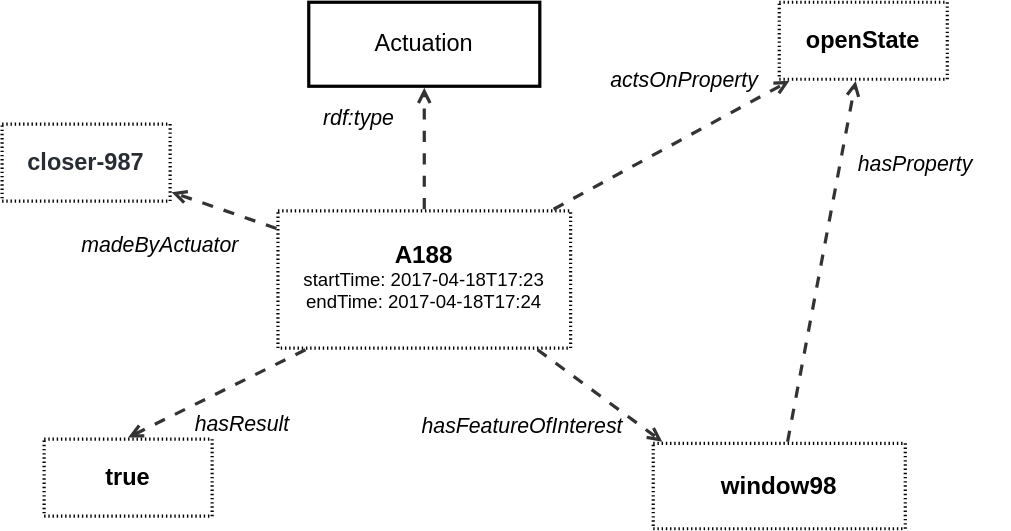
Before: ssn/images/open-window.svg, a diagram exported from draw.io (ldesousa/sdw-sosa-ssn). Source tidied: cells renumbered, new cells last; positions are measured from the earlier drawing's top-left corner, leaving out a move shared by most shapes.
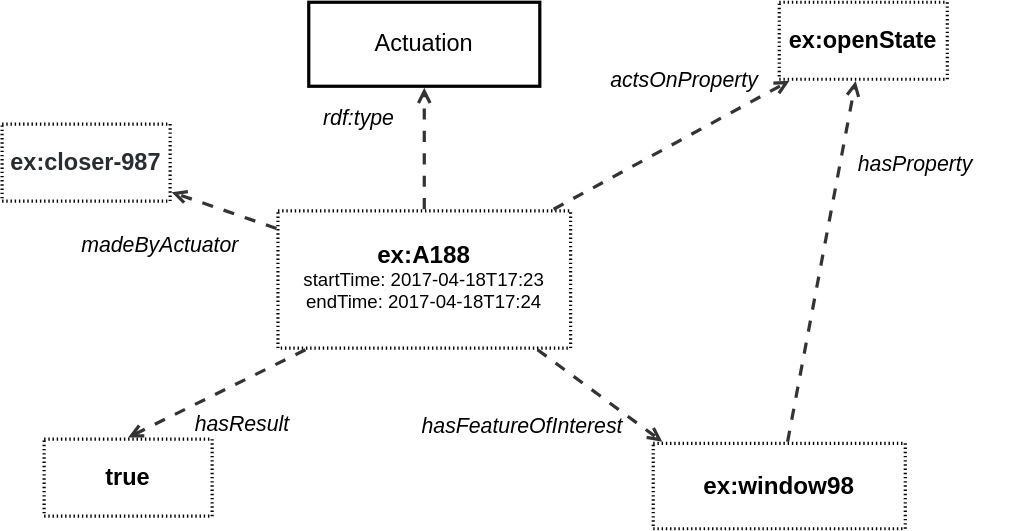
The same file after the commit.

Diff of the diagram source:
```diff
@@ -5,7 +5,7 @@
     <mxCell id="2" value="Actuation" style="html=1;overflow=block;blockSpacing=1;whiteSpace=wrap;fontSize=16.8;align=center;spacing=0;strokeOpacity=100;fillColor=none;strokeWidth=2.3;" parent="1" vertex="1">
       <mxGeometry x="219" width="165" height="60" as="geometry" />
     </mxCell>
-    <mxCell id="3" value="&lt;div style=&quot;display: flex; justify-content: center; text-align: center; align-items: baseline; font-size: 0; line-height: 1.25;margin-top: -2px;&quot;&gt;&lt;span&gt;&lt;span style=&quot;font-size:17.3px;font-weight: bold;&quot;&gt;A188&#10;&lt;/span&gt;&lt;/span&gt;&lt;/div&gt;&lt;div style=&quot;display: flex; justify-content: center; text-align: center; align-items: baseline; font-size: 0; line-height: 1.25;margin-top: -2px;&quot;&gt;&lt;span&gt;&lt;span style=&quot;font-size:13.3px;&quot;&gt;startTime: 2017-04-18T17:23&#10;endTime: 2017-04-18T17:24&lt;/span&gt;&lt;/span&gt;&lt;/div&gt;" style="align=center;whiteSpace=wrap;overflow=block;blockSpacing=1;html=1;fontSize=13;spacing=0;strokeOpacity=100;fillOpacity=100;fillColor=#ffffff;dashed=1;fixDash=1;dashPattern=1 2;strokeWidth=2.3;" parent="1" vertex="1">
+    <mxCell id="3" value="&lt;div style=&quot;display: flex; justify-content: center; text-align: center; align-items: baseline; font-size: 0; line-height: 1.25;margin-top: -2px;&quot;&gt;&lt;span&gt;&lt;span style=&quot;font-size:17.3px;font-weight: bold;&quot;&gt;ex:A188&lt;br&gt;&lt;/span&gt;&lt;/span&gt;&lt;/div&gt;&lt;div style=&quot;display: flex; justify-content: center; text-align: center; align-items: baseline; font-size: 0; line-height: 1.25;margin-top: -2px;&quot;&gt;&lt;span&gt;&lt;span style=&quot;font-size:13.3px;&quot;&gt;startTime: 2017-04-18T17:23&lt;br&gt;endTime: 2017-04-18T17:24&lt;/span&gt;&lt;/span&gt;&lt;/div&gt;" style="align=center;whiteSpace=wrap;overflow=block;blockSpacing=1;html=1;fontSize=13;spacing=0;strokeOpacity=100;fillOpacity=100;fillColor=#ffffff;dashed=1;fixDash=1;dashPattern=1 2;strokeWidth=2.3;" parent="1" vertex="1">
       <mxGeometry x="197" y="149" width="209" height="98" as="geometry" />
     </mxCell>
     <mxCell id="4" style="html=1;jettySize=18;whiteSpace=wrap;fontSize=13;strokeColor=#333333;strokeOpacity=100;dashed=1;fixDash=1;dashPattern=8 8;strokeWidth=2.3;rounded=1;arcSize=24;edgeStyle=orthogonalEdgeStyle;startArrow=none;endArrow=open;exitX=0.5;exitY=-0.012;exitPerimeter=0;entryX=0.5;entryY=1.019;entryPerimeter=0;lucidId=Z~cNARtLXu1l;" parent="1" edge="1" source="3" target="2">
@@ -14,7 +14,7 @@
     <mxCell id="5" value="rdf:type" style="html=1;overflow=block;blockSpacing=1;whiteSpace=wrap;fontSize=15.2;fontStyle=2;align=center;spacing=0;strokeColor=none;strokeOpacity=100;fillOpacity=100;fillColor=none;strokeWidth=2.3;lucidId=.~cNctn8BtbW;" parent="1" vertex="1">
       <mxGeometry x="165" y="60" width="180" height="45" as="geometry" />
     </mxCell>
-    <mxCell id="6" value="openState" style="html=1;overflow=block;blockSpacing=1;whiteSpace=wrap;fontSize=16.8;fontStyle=1;align=center;spacing=0;strokeOpacity=100;fillColor=none;dashed=1;fixDash=1;dashPattern=1 2;strokeWidth=2.3;" parent="1" vertex="1">
+    <mxCell id="6" value="ex:openState" style="html=1;overflow=block;blockSpacing=1;whiteSpace=wrap;fontSize=16.8;fontStyle=1;align=center;spacing=0;strokeOpacity=100;fillColor=none;dashed=1;fixDash=1;dashPattern=1 2;strokeWidth=2.3;" parent="1" vertex="1">
       <mxGeometry x="555" width="120" height="55" as="geometry" />
     </mxCell>
     <mxCell id="7" style="html=1;jettySize=18;whiteSpace=wrap;fontSize=13;strokeColor=#333333;strokeOpacity=100;dashed=1;fixDash=1;dashPattern=8 8;strokeWidth=2.3;rounded=0;startArrow=none;endArrow=open;exitX=0.942;exitY=-0.012;exitPerimeter=0;entryX=0.061;entryY=1.021;entryPerimeter=0;lucidId=YWdNKsD~CTcH;" parent="1" edge="1" source="3" target="6">
@@ -32,7 +32,7 @@
     <mxCell id="11" value="hasResult" style="html=1;overflow=block;blockSpacing=1;whiteSpace=wrap;fontSize=15.2;fontStyle=2;align=left;spacing=3.8;verticalAlign=top;strokeColor=none;fillOpacity=0;fillColor=#ffffff;dashed=1;fixDash=1;dashPattern=16 6;strokeWidth=0;lucidId=20dNfv0pUrqD;" parent="1" vertex="1">
       <mxGeometry x="135" y="290" width="111" height="26" as="geometry" />
     </mxCell>
-    <mxCell id="12" value="window98" style="html=1;overflow=block;blockSpacing=1;whiteSpace=wrap;fontSize=17.3;fontStyle=1;align=center;spacing=0;strokeOpacity=100;fillOpacity=100;fillColor=#ffffff;dashed=1;fixDash=1;dashPattern=1 2;strokeWidth=2.3;" parent="1" vertex="1">
+    <mxCell id="12" value="ex:window98" style="html=1;overflow=block;blockSpacing=1;whiteSpace=wrap;fontSize=17.3;fontStyle=1;align=center;spacing=0;strokeOpacity=100;fillOpacity=100;fillColor=#ffffff;dashed=1;fixDash=1;dashPattern=1 2;strokeWidth=2.3;" parent="1" vertex="1">
       <mxGeometry x="465" y="315" width="180" height="61" as="geometry" />
     </mxCell>
     <mxCell id="13" style="html=1;jettySize=18;whiteSpace=wrap;fontSize=13;strokeColor=#333333;strokeOpacity=100;dashed=1;fixDash=1;dashPattern=8 8;strokeWidth=2.3;rounded=0;startArrow=none;endArrow=open;exitX=0.887;exitY=1.012;exitPerimeter=0;entryX=0.036;entryY=-0.019;entryPerimeter=0;lucidId=UqBQnlehNnxZ;" parent="1" edge="1" source="3" target="12">
@@ -41,7 +41,7 @@
     <mxCell id="14" value="hasFeatureOfInterest" style="html=1;overflow=block;blockSpacing=1;whiteSpace=wrap;fontSize=15.2;fontStyle=2;align=center;spacing=0;strokeColor=none;strokeOpacity=100;fillOpacity=100;fillColor=none;strokeWidth=2.3;lucidId=5qBQlPLvfrxZ;" parent="1" vertex="1">
       <mxGeometry x="300" y="289" width="135" height="27" as="geometry" />
     </mxCell>
-    <mxCell id="15" value="closer-987" style="html=1;overflow=block;blockSpacing=1;whiteSpace=wrap;fontSize=16.8;fontColor=#282c33;fontStyle=1;align=center;spacing=0;strokeOpacity=100;fillOpacity=100;fillColor=#ffffff;dashed=1;fixDash=1;dashPattern=1 2;strokeWidth=2.3;" parent="1" vertex="1">
+    <mxCell id="15" value="ex:closer-987" style="html=1;overflow=block;blockSpacing=1;whiteSpace=wrap;fontSize=16.8;fontColor=#282c33;fontStyle=1;align=center;spacing=0;strokeOpacity=100;fillOpacity=100;fillColor=#ffffff;dashed=1;fixDash=1;dashPattern=1 2;strokeWidth=2.3;" parent="1" vertex="1">
       <mxGeometry y="87" width="120" height="55" as="geometry" />
     </mxCell>
     <mxCell id="16" style="html=1;jettySize=18;whiteSpace=wrap;fontSize=13;strokeColor=#333333;strokeOpacity=100;dashed=1;fixDash=1;dashPattern=8 8;strokeWidth=2.3;rounded=0;startArrow=none;endArrow=open;exitX=-0.005;exitY=0.128;exitPerimeter=0;entryX=1.009;entryY=0.884;entryPerimeter=0;lucidId=xQgvdxiTHCOQ;" parent="1" edge="1" source="3" target="15">
```
